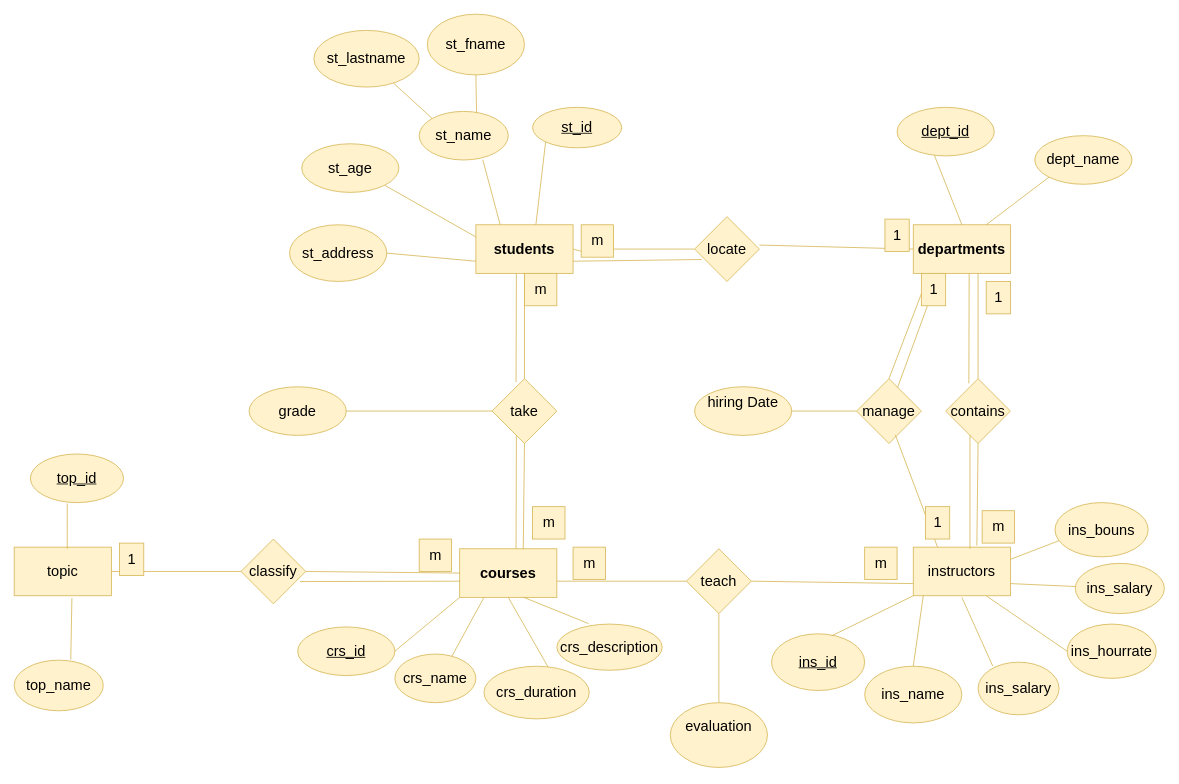
ArwaAlaa1/Back-End keeps this draw.io diagram as ERDs/ITI/ITI.drawio. Above is the earlier version. Source tidied: cells renumbered, new cells numbered last; positions are measured from the earlier drawing's top-left corner, leaving out a move shared by most shapes. Both pictures are drawn from the tidied source at 81%, with x=0, y=0 at pixel (14, 14).
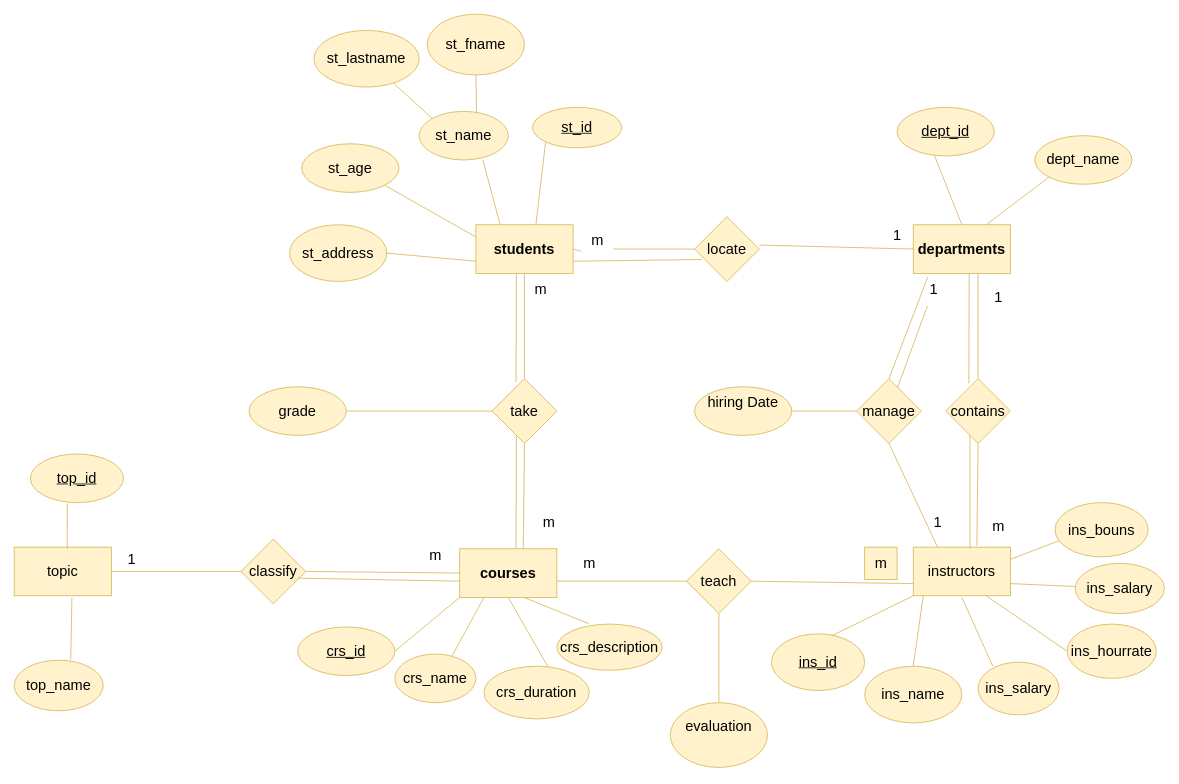
After the change.

The change refers to these unchanged cells:
```xml
<mxCell id="36" value="instructors" style="rounded=0;whiteSpace=wrap;html=1;fontSize=18;fillColor=#fff2cc;strokeColor=#d6b656;" parent="1" vertex="1">
  <mxGeometry x="1110" y="658" width="120" height="60" as="geometry" />
</mxCell>
<mxCell id="61" value="classify" style="rhombus;whiteSpace=wrap;html=1;fontSize=18;fillColor=#fff2cc;strokeColor=#d6b656;" parent="1" vertex="1">
  <mxGeometry x="280" y="648" width="80" height="80" as="geometry" />
</mxCell>
<mxCell id="71" value="manage" style="rhombus;whiteSpace=wrap;html=1;fontSize=18;fillColor=#fff2cc;strokeColor=#d6b656;" parent="1" vertex="1">
  <mxGeometry x="1040" y="450" width="80" height="80" as="geometry" />
</mxCell>
```

What changed in the source:
```diff
@@
-    <mxCell id="32" value="m" style="text;html=1;align=center;verticalAlign=middle;strokeColor=#d6b656;fillColor=#fff2cc;fontSize=18;" parent="1" vertex="1">
+    <mxCell id="32" value="m" style="text;html=1;align=center;verticalAlign=middle;fontSize=18;" parent="1" vertex="1">
       <mxGeometry x="640" y="608" width="40" height="40" as="geometry" />
     </mxCell>
-    <mxCell id="33" value="m" style="text;html=1;align=center;verticalAlign=middle;strokeColor=#d6b656;fillColor=#fff2cc;fontSize=18;" parent="1" vertex="1">
+    <mxCell id="33" value="m" style="text;html=1;align=center;verticalAlign=middle;fontSize=18;" parent="1" vertex="1">
       <mxGeometry x="630" y="320" width="40" height="40" as="geometry" />
     </mxCell>
@@
-    <mxCell id="52" value="m" style="text;html=1;align=center;verticalAlign=middle;strokeColor=#d6b656;fillColor=#fff2cc;fontSize=18;" parent="1" vertex="1">
+    <mxCell id="52" value="m" style="text;html=1;align=center;verticalAlign=middle;fontSize=18;" parent="1" vertex="1">
       <mxGeometry x="1195" y="613" width="40" height="40" as="geometry" />
     </mxCell>
-    <mxCell id="53" value="1" style="text;html=1;align=center;verticalAlign=middle;strokeColor=#d6b656;fillColor=#fff2cc;fontSize=18;" parent="1" vertex="1">
+    <mxCell id="53" value="1" style="text;html=1;align=center;verticalAlign=middle;fontSize=18;" parent="1" vertex="1">
       <mxGeometry x="1200" y="330" width="30" height="40" as="geometry" />
     </mxCell>
@@
-    <mxCell id="57" value="m" style="text;html=1;align=center;verticalAlign=middle;strokeColor=#d6b656;fillColor=#fff2cc;fontSize=18;" parent="1" vertex="1">
+    <mxCell id="57" value="m" style="text;html=1;align=center;verticalAlign=middle;fontSize=18;" parent="1" vertex="1">
       <mxGeometry x="690" y="658" width="40" height="40" as="geometry" />
     </mxCell>
@@
-    <mxCell id="69" value="1" style="text;html=1;align=center;verticalAlign=middle;strokeColor=#d6b656;fillColor=#fff2cc;fontSize=18;" parent="1" vertex="1">
+    <mxCell id="69" value="1" style="text;html=1;align=center;verticalAlign=middle;fontSize=18;" parent="1" vertex="1">
       <mxGeometry x="130" y="653" width="30" height="40" as="geometry" />
     </mxCell>
-    <mxCell id="70" value="m" style="text;html=1;align=center;verticalAlign=middle;strokeColor=#d6b656;fillColor=#fff2cc;fontSize=18;" parent="1" vertex="1">
+    <mxCell id="70" value="m" style="text;html=1;align=center;verticalAlign=middle;fontSize=18;" parent="1" vertex="1">
       <mxGeometry x="500" y="648" width="40" height="40" as="geometry" />
     </mxCell>
@@
-    <mxCell id="74" style="endArrow=none;html=1;rounded=0;entryX=0.598;entryY=0.868;entryDx=0;entryDy=0;exitX=0.25;exitY=0;exitDx=0;exitDy=0;entryPerimeter=0;fontSize=18;fillColor=#fff2cc;strokeColor=#d6b656;" parent="1" edge="1" source="36" target="71">
+    <mxCell id="74" style="endArrow=none;html=1;rounded=0;entryX=0.5;entryY=1;entryDx=0;entryDy=0;exitX=0.25;exitY=0;exitDx=0;exitDy=0;fontSize=18;fillColor=#fff2cc;strokeColor=#d6b656;" parent="1" edge="1" source="36" target="71">
       <mxGeometry relative="1" as="geometry" />
     </mxCell>
-    <mxCell id="75" value="1" style="text;html=1;align=center;verticalAlign=middle;strokeColor=#d6b656;fillColor=#fff2cc;fontSize=18;" parent="1" vertex="1">
+    <mxCell id="75" value="1" style="text;html=1;align=center;verticalAlign=middle;fontSize=18;" parent="1" vertex="1">
       <mxGeometry x="1125" y="608" width="30" height="40" as="geometry" />
     </mxCell>
@@
-    <mxCell id="81" value="1" style="text;html=1;align=center;verticalAlign=middle;strokeColor=#d6b656;fillColor=#fff2cc;fontSize=18;" parent="1" vertex="1">
+    <mxCell id="81" value="1" style="text;html=1;align=center;verticalAlign=middle;fontSize=18;" parent="1" vertex="1">
       <mxGeometry x="1075" y="253" width="30" height="40" as="geometry" />
     </mxCell>
@@
-    <mxCell id="84" style="endArrow=none;html=1;rounded=0;exitX=0.91;exitY=0.656;exitDx=0;exitDy=0;exitPerimeter=0;fontSize=18;fillColor=#fff2cc;strokeColor=#d6b656;" parent="1" edge="1" source="61">
+    <mxCell id="84" style="endArrow=none;html=1;rounded=0;exitX=0.88;exitY=0.603;exitDx=0;exitDy=0;exitPerimeter=0;fontSize=18;fillColor=#fff2cc;strokeColor=#d6b656;" parent="1" edge="1" source="61">
       <mxGeometry relative="1" as="geometry">
         <mxPoint x="550" y="700" as="targetPoint" />
       </mxGeometry>
     </mxCell>
@@
-    <mxCell id="89" value="1" style="text;html=1;align=center;verticalAlign=middle;points=[];strokeColor=#d6b656;fillColor=#fff2cc;fontSize=18;" parent="1" vertex="1">
+    <mxCell id="89" value="1" style="text;html=1;align=center;verticalAlign=middle;points=[];fontSize=18;" parent="1" vertex="1">
       <mxGeometry x="1120" y="320" width="30" height="40" as="geometry" />
     </mxCell>
@@
-    <mxCell id="91" value="m" style="text;html=1;align=center;verticalAlign=middle;points=[];strokeColor=#d6b656;fillColor=#fff2cc;fontSize=18;" parent="1" vertex="1">
+    <mxCell id="91" value="m" style="text;html=1;align=center;verticalAlign=middle;points=[];fontSize=18;" parent="1" vertex="1">
       <mxGeometry x="700" y="260" width="40" height="40" as="geometry" />
     </mxCell>
```
